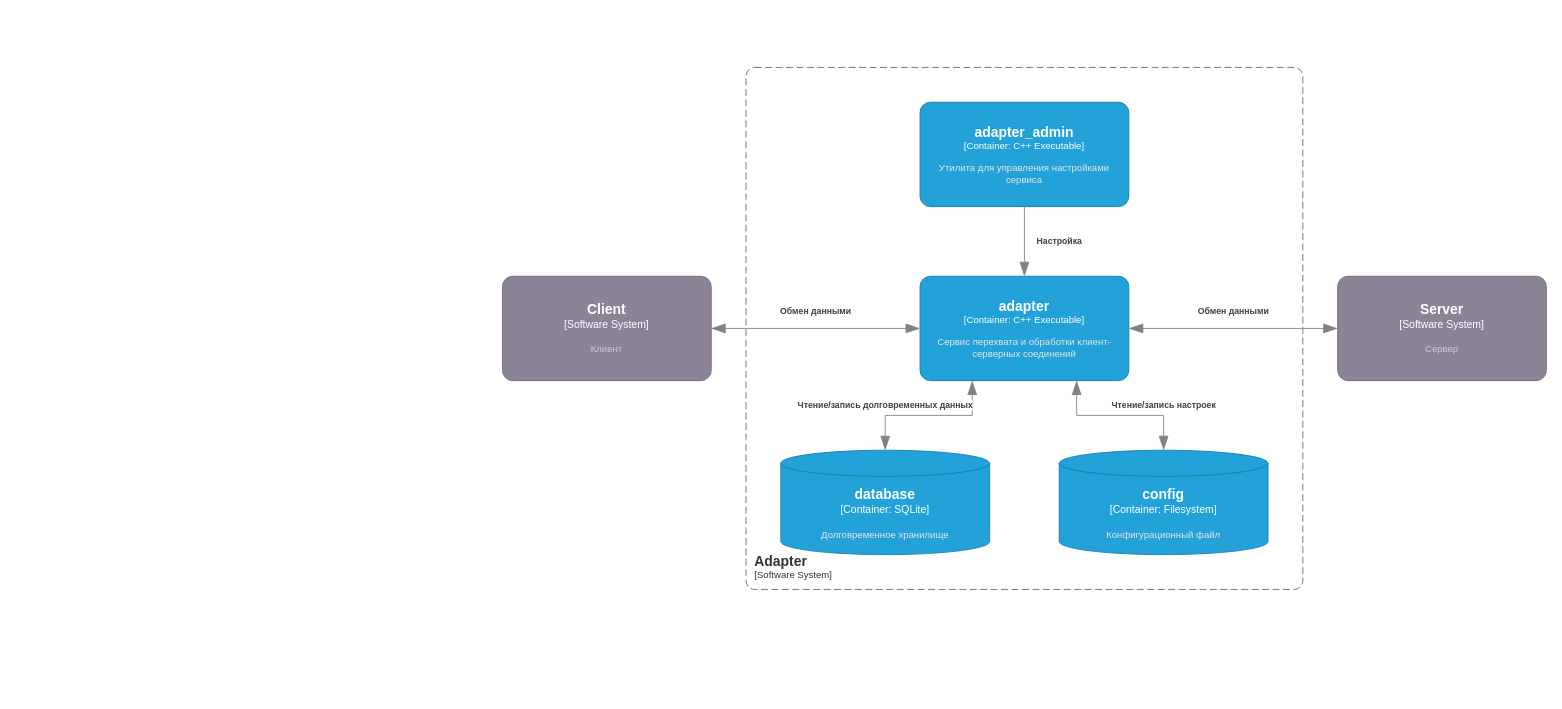
Earlier version of the draw.io diagram page "Container diagram" (2 of 3) of adapter.drawio (OmarovAmir/otus). Source tidied: cells renumbered, new cells numbered last; positions are measured from the earlier drawing's top-left corner, leaving out a move shared by most shapes. Both pictures are drawn from the tidied source at 87%, with x=0, y=0 at pixel (502, 67).
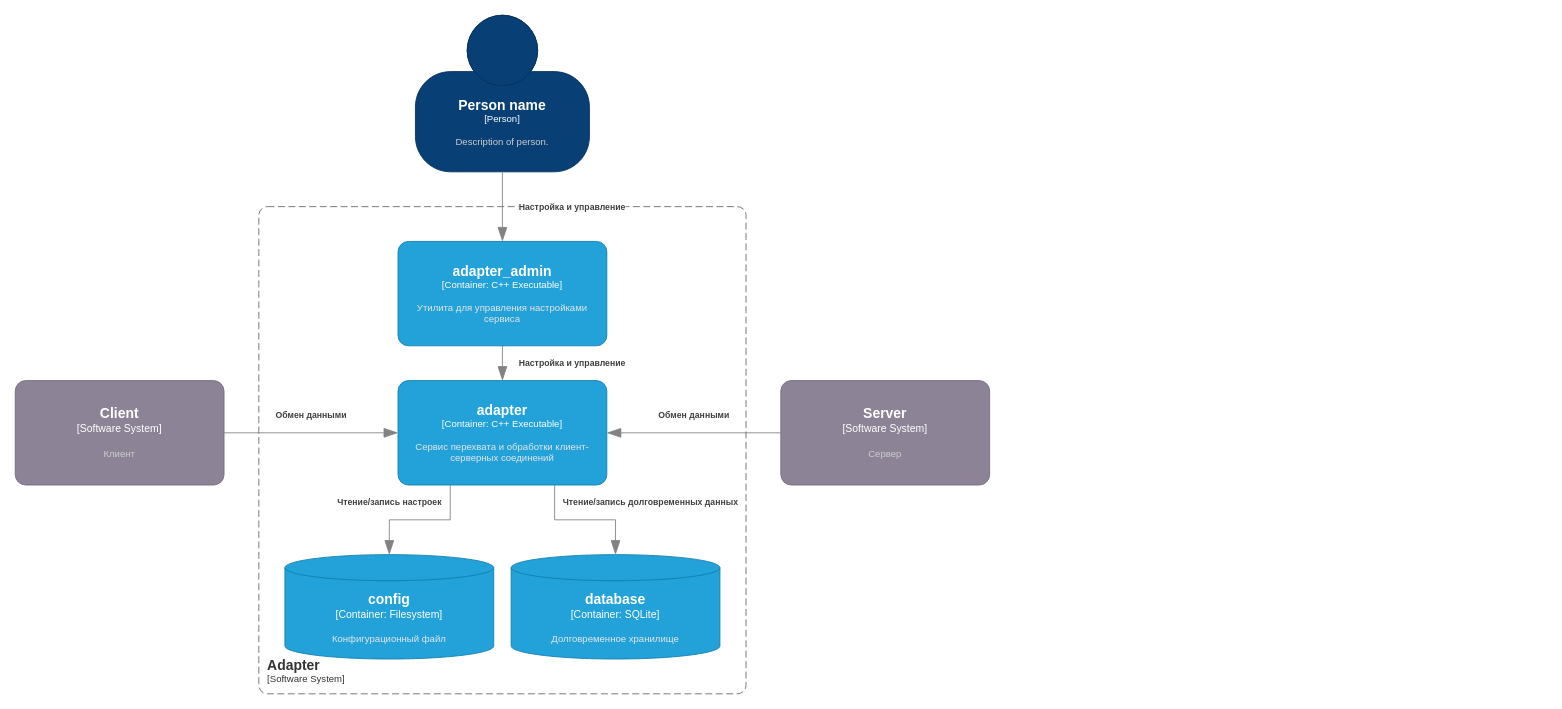
Above is the later version.

Change to the diagram source:
```diff
@@
     <object id="2" label="&lt;font style=&quot;font-size: 16px&quot;&gt;&lt;b&gt;%c4Name%&lt;/b&gt;&lt;/font&gt;&lt;div&gt;[%c4Type%]&lt;/div&gt;&lt;br&gt;&lt;div&gt;&lt;font style=&quot;font-size: 11px&quot;&gt;&lt;font color=&quot;#cccccc&quot;&gt;%c4Description%&lt;/font&gt;&lt;/div&gt;" c4Description="Клиент" c4Name="Client" c4Type="Software System" placeholders="1">
       <mxCell style="rounded=1;whiteSpace=wrap;html=1;labelBackgroundColor=none;fillColor=#8C8496;fontColor=#ffffff;align=center;arcSize=10;strokeColor=#736782;points=[[0.25,0,0],[0.5,0,0],[0.75,0,0],[1,0.25,0],[1,0.5,0],[1,0.75,0],[0.75,1,0],[0.5,1,0],[0.25,1,0],[0,0.75,0],[0,0.5,0],[0,0.25,0]];" parent="1" vertex="1">
-        <mxGeometry y="240" width="240" height="120" as="geometry" />
+        <mxGeometry x="-560" y="360" width="240" height="120" as="geometry" />
       </mxCell>
     </object>
     <object id="3" label="&lt;font style=&quot;font-size: 16px&quot;&gt;&lt;b&gt;%c4Name%&lt;/b&gt;&lt;/font&gt;&lt;div&gt;[%c4Type%]&lt;/div&gt;&lt;br&gt;&lt;div&gt;&lt;font style=&quot;font-size: 11px&quot;&gt;&lt;font color=&quot;#cccccc&quot;&gt;%c4Description%&lt;/font&gt;&lt;/div&gt;" c4Description="Сервер" c4Name="Server" c4Type="Software System" placeholders="1">
       <mxCell style="rounded=1;whiteSpace=wrap;html=1;labelBackgroundColor=none;fillColor=#8C8496;fontColor=#ffffff;align=center;arcSize=10;strokeColor=#736782;points=[[0.25,0,0],[0.5,0,0],[0.75,0,0],[1,0.25,0],[1,0.5,0],[1,0.75,0],[0.75,1,0],[0.5,1,0],[0.25,1,0],[0,0.75,0],[0,0.5,0],[0,0.25,0]];" parent="1" vertex="1">
-        <mxGeometry x="960" y="240" width="240" height="120" as="geometry" />
+        <mxGeometry x="320" y="360" width="240" height="120" as="geometry" />
       </mxCell>
     </object>
     <object id="4" label="&lt;div style=&quot;text-align: left&quot;&gt;&lt;div style=&quot;text-align: center&quot;&gt;&lt;b&gt;%c4Description%&lt;/b&gt;&lt;/div&gt;" c4Description="Обмен данными" placeholders="1">
-      <mxCell style="endArrow=blockThin;html=1;fontSize=10;fontColor=#404040;strokeWidth=1;endFill=1;strokeColor=#828282;elbow=vertical;endSize=14;startSize=14;jumpStyle=arc;jumpSize=16;rounded=0;edgeStyle=orthogonalEdgeStyle;exitX=1;exitY=0.5;exitDx=0;exitDy=0;exitPerimeter=0;entryX=0;entryY=0.5;entryDx=0;entryDy=0;entryPerimeter=0;startArrow=blockThin;startFill=1;" parent="1" edge="1" source="2" target="7">
+      <mxCell style="endArrow=blockThin;html=1;fontSize=10;fontColor=#404040;strokeWidth=1;endFill=1;strokeColor=#828282;elbow=vertical;endSize=14;startSize=14;jumpStyle=arc;jumpSize=16;rounded=0;edgeStyle=orthogonalEdgeStyle;exitX=1;exitY=0.5;exitDx=0;exitDy=0;exitPerimeter=0;entryX=0;entryY=0.5;entryDx=0;entryDy=0;entryPerimeter=0;startArrow=none;startFill=0;" parent="1" edge="1" source="2" target="7">
         <mxGeometry y="20" relative="1" as="geometry" />
       </mxCell>
     </object>
     <object id="5" label="&lt;div style=&quot;text-align: left&quot;&gt;&lt;div style=&quot;text-align: center&quot;&gt;&lt;b&gt;%c4Description%&lt;/b&gt;&lt;/div&gt;" c4Description="Обмен данными" placeholders="1">
-      <mxCell style="endArrow=blockThin;html=1;fontSize=10;fontColor=#404040;strokeWidth=1;endFill=1;strokeColor=#828282;elbow=vertical;endSize=14;startSize=14;jumpStyle=arc;jumpSize=16;rounded=0;edgeStyle=orthogonalEdgeStyle;entryX=0;entryY=0.5;entryDx=0;entryDy=0;entryPerimeter=0;exitX=1;exitY=0.5;exitDx=0;exitDy=0;exitPerimeter=0;startArrow=blockThin;startFill=1;" parent="1" edge="1" source="7" target="3">
+      <mxCell style="endArrow=none;html=1;fontSize=10;fontColor=#404040;strokeWidth=1;endFill=0;strokeColor=#828282;elbow=vertical;endSize=14;startSize=14;jumpStyle=arc;jumpSize=16;rounded=0;edgeStyle=orthogonalEdgeStyle;entryX=0;entryY=0.5;entryDx=0;entryDy=0;entryPerimeter=0;exitX=1;exitY=0.5;exitDx=0;exitDy=0;exitPerimeter=0;startArrow=blockThin;startFill=1;" parent="1" edge="1" source="7" target="3">
         <mxGeometry y="20" relative="1" as="geometry" />
       </mxCell>
     </object>
     <object id="6" label="&lt;font style=&quot;font-size: 16px&quot;&gt;&lt;b&gt;&lt;div style=&quot;text-align: left&quot;&gt;%c4Name%&lt;/div&gt;&lt;/b&gt;&lt;/font&gt;&lt;div style=&quot;text-align: left&quot;&gt;[%c4Application%]&lt;/div&gt;" c4Application="Software System" c4Name="Adapter" placeholders="1">
       <mxCell style="rounded=1;fontSize=11;whiteSpace=wrap;html=1;dashed=1;arcSize=20;fillColor=none;strokeColor=#666666;fontColor=#333333;labelBackgroundColor=none;align=left;verticalAlign=bottom;labelBorderColor=none;spacingTop=0;spacing=10;dashPattern=8 4;perimeter=rectanglePerimeter;noLabel=0;labelPadding=0;absoluteArcSize=1;" parent="1" vertex="1">
-        <mxGeometry x="280" width="640" height="600" as="geometry" />
+        <mxGeometry x="-280" y="160" width="560" height="560" as="geometry" />
       </mxCell>
     </object>
     <object id="7" label="&lt;font style=&quot;font-size: 16px&quot;&gt;&lt;b&gt;%c4Name%&lt;/b&gt;&lt;/font&gt;&lt;div&gt;[%c4Type%: %c4Technology%]&lt;/div&gt;&lt;br&gt;&lt;div&gt;&lt;font style=&quot;font-size: 11px&quot;&gt;&lt;font color=&quot;#E6E6E6&quot;&gt;%c4Description%&lt;/font&gt;&lt;/div&gt;" c4Description="Сервис перехвата и обработки клиент-серверных соединений" c4Name="adapter" c4Technology="C++ Executable" c4Type="Container" placeholders="1">
       <mxCell style="rounded=1;whiteSpace=wrap;html=1;fontSize=11;labelBackgroundColor=none;fillColor=#23A2D9;fontColor=#ffffff;align=center;arcSize=10;strokeColor=#0E7DAD;points=[[0.25,0,0],[0.5,0,0],[0.75,0,0],[1,0.25,0],[1,0.5,0],[1,0.75,0],[0.75,1,0],[0.5,1,0],[0.25,1,0],[0,0.75,0],[0,0.5,0],[0,0.25,0]];" parent="1" vertex="1">
-        <mxGeometry x="480" y="240" width="240" height="120" as="geometry" />
+        <mxGeometry x="-120" y="360" width="240" height="120" as="geometry" />
       </mxCell>
     </object>
     <object id="8" label="&lt;font style=&quot;font-size: 16px&quot;&gt;&lt;b&gt;%c4Type%&lt;/b&gt;&lt;/font&gt;&lt;div&gt;[%c4Container%:&amp;nbsp;%c4Technology%]&lt;/div&gt;&lt;br&gt;&lt;div&gt;&lt;font style=&quot;font-size: 11px&quot;&gt;&lt;font color=&quot;#E6E6E6&quot;&gt;%c4Description%&lt;/font&gt;&lt;/div&gt;" c4Container="Container" c4Description="Долговременное хранилище" c4Technology="SQLite" c4Type="database" placeholders="1">
       <mxCell style="shape=cylinder3;size=15;whiteSpace=wrap;html=1;boundedLbl=1;rounded=0;labelBackgroundColor=none;fillColor=#23A2D9;fontSize=12;fontColor=#ffffff;align=center;strokeColor=#0E7DAD;points=[[0.5,0,0],[1,0.25,0],[1,0.5,0],[1,0.75,0],[0.5,1,0],[0,0.75,0],[0,0.5,0],[0,0.25,0]];" parent="1" vertex="1">
-        <mxGeometry x="320" y="440" width="240" height="120" as="geometry" />
+        <mxGeometry x="10" y="560" width="240" height="120" as="geometry" />
       </mxCell>
     </object>
     <object id="9" label="&lt;font style=&quot;font-size: 16px&quot;&gt;&lt;b&gt;%c4Type%&lt;/b&gt;&lt;/font&gt;&lt;div&gt;[%c4Container%:&amp;nbsp;%c4Technology%]&lt;/div&gt;&lt;br&gt;&lt;div&gt;&lt;font style=&quot;font-size: 11px&quot;&gt;&lt;font color=&quot;#E6E6E6&quot;&gt;%c4Description%&lt;/font&gt;&lt;/div&gt;" c4Container="Container" c4Description="Конфигурационный файл" c4Technology="Filesystem" c4Type="config" placeholders="1">
       <mxCell style="shape=cylinder3;size=15;whiteSpace=wrap;html=1;boundedLbl=1;rounded=0;labelBackgroundColor=none;fillColor=#23A2D9;fontSize=12;fontColor=#ffffff;align=center;strokeColor=#0E7DAD;points=[[0.5,0,0],[1,0.25,0],[1,0.5,0],[1,0.75,0],[0.5,1,0],[0,0.75,0],[0,0.5,0],[0,0.25,0]];" parent="1" vertex="1">
-        <mxGeometry x="640" y="440" width="240" height="120" as="geometry" />
+        <mxGeometry x="-250" y="560" width="240" height="120" as="geometry" />
       </mxCell>
     </object>
     <object id="10" label="&lt;font style=&quot;font-size: 16px&quot;&gt;&lt;b&gt;%c4Name%&lt;/b&gt;&lt;/font&gt;&lt;div&gt;[%c4Type%: %c4Technology%]&lt;/div&gt;&lt;br&gt;&lt;div&gt;&lt;font style=&quot;font-size: 11px&quot;&gt;&lt;font color=&quot;#E6E6E6&quot;&gt;%c4Description%&lt;/font&gt;&lt;/div&gt;" c4Description="Утилита для управления настройками сервиса" c4Name="adapter_admin" c4Technology="C++ Executable" c4Type="Container" placeholders="1">
       <mxCell style="rounded=1;whiteSpace=wrap;html=1;fontSize=11;labelBackgroundColor=none;fillColor=#23A2D9;fontColor=#ffffff;align=center;arcSize=10;strokeColor=#0E7DAD;points=[[0.25,0,0],[0.5,0,0],[0.75,0,0],[1,0.25,0],[1,0.5,0],[1,0.75,0],[0.75,1,0],[0.5,1,0],[0.25,1,0],[0,0.75,0],[0,0.5,0],[0,0.25,0]];" parent="1" vertex="1">
-        <mxGeometry x="480" y="40" width="240" height="120" as="geometry" />
+        <mxGeometry x="-120" y="200" width="240" height="120" as="geometry" />
       </mxCell>
     </object>
-    <object id="11" label="&lt;div style=&quot;text-align: left&quot;&gt;&lt;div style=&quot;text-align: center&quot;&gt;&lt;b&gt;%c4Description%&lt;/b&gt;&lt;/div&gt;" c4Description="Настройка" placeholders="1">
+    <object id="11" label="&lt;div style=&quot;text-align: left&quot;&gt;&lt;div style=&quot;text-align: center&quot;&gt;&lt;b&gt;%c4Description%&lt;/b&gt;&lt;/div&gt;" c4Description="Настройка и управление" placeholders="1">
       <mxCell style="endArrow=blockThin;html=1;fontSize=10;fontColor=#404040;strokeWidth=1;endFill=1;strokeColor=#828282;elbow=vertical;endSize=14;startSize=14;jumpStyle=arc;jumpSize=16;rounded=0;edgeStyle=orthogonalEdgeStyle;exitX=0.5;exitY=1;exitDx=0;exitDy=0;exitPerimeter=0;entryX=0.5;entryY=0;entryDx=0;entryDy=0;entryPerimeter=0;" parent="1" edge="1" source="10" target="7">
-        <mxGeometry y="40" relative="1" as="geometry" />
+        <mxGeometry y="80" relative="1" as="geometry" />
       </mxCell>
     </object>
     <object id="12" label="&lt;div style=&quot;text-align: left&quot;&gt;&lt;div style=&quot;text-align: center&quot;&gt;&lt;b&gt;%c4Description%&lt;/b&gt;&lt;/div&gt;" c4Description="Чтение/запись настроек" placeholders="1">
-      <mxCell style="endArrow=blockThin;html=1;fontSize=10;fontColor=#404040;strokeWidth=1;endFill=1;strokeColor=#828282;elbow=vertical;endSize=14;startSize=14;jumpStyle=arc;jumpSize=16;rounded=0;edgeStyle=orthogonalEdgeStyle;exitX=0.75;exitY=1;exitDx=0;exitDy=0;exitPerimeter=0;entryX=0.5;entryY=0;entryDx=0;entryDy=0;entryPerimeter=0;startArrow=blockThin;startFill=1;" parent="1" edge="1" source="7" target="9">
-        <mxGeometry x="0.64" y="20" relative="1" as="geometry">
-          <mxPoint x="-20" y="-20" as="offset" />
+      <mxCell style="endArrow=blockThin;html=1;fontSize=10;fontColor=#404040;strokeWidth=1;endFill=1;strokeColor=#828282;elbow=vertical;endSize=14;startSize=14;jumpStyle=arc;jumpSize=16;rounded=0;edgeStyle=orthogonalEdgeStyle;exitX=0.25;exitY=1;exitDx=0;exitDy=0;exitPerimeter=0;entryX=0.5;entryY=0;entryDx=0;entryDy=0;entryPerimeter=0;startArrow=none;startFill=0;" parent="1" edge="1" source="7" target="9">
+        <mxGeometry x="0.47" y="-20" relative="1" as="geometry">
+          <mxPoint x="20" y="-20" as="offset" />
         </mxGeometry>
       </mxCell>
     </object>
     <object id="13" label="&lt;div style=&quot;text-align: left&quot;&gt;&lt;div style=&quot;text-align: center&quot;&gt;&lt;b&gt;%c4Description%&lt;/b&gt;&lt;/div&gt;" c4Description="Чтение/запись долговременных данных" placeholders="1">
-      <mxCell style="endArrow=blockThin;html=1;fontSize=10;fontColor=#404040;strokeWidth=1;endFill=1;strokeColor=#828282;elbow=vertical;endSize=14;startSize=14;jumpStyle=arc;jumpSize=16;rounded=0;edgeStyle=orthogonalEdgeStyle;exitX=0.25;exitY=1;exitDx=0;exitDy=0;exitPerimeter=0;entryX=0.5;entryY=0;entryDx=0;entryDy=0;entryPerimeter=0;startArrow=blockThin;startFill=1;" parent="1" edge="1" source="7" target="8">
-        <mxGeometry x="0.64" y="-20" relative="1" as="geometry">
-          <mxPoint x="20" y="-20" as="offset" />
+      <mxCell style="endArrow=blockThin;html=1;fontSize=10;fontColor=#404040;strokeWidth=1;endFill=1;strokeColor=#828282;elbow=vertical;endSize=14;startSize=14;jumpStyle=arc;jumpSize=16;rounded=0;edgeStyle=orthogonalEdgeStyle;entryX=0.5;entryY=0;entryDx=0;entryDy=0;entryPerimeter=0;startArrow=none;startFill=0;exitX=0.75;exitY=1;exitDx=0;exitDy=0;exitPerimeter=0;" parent="1" edge="1" source="7" target="8">
+        <mxGeometry x="0.47" y="45" relative="1" as="geometry">
+          <mxPoint x="-5" y="-20" as="offset" />
         </mxGeometry>
       </mxCell>
     </object>
+    <object id="14" label="&lt;font style=&quot;font-size: 16px&quot;&gt;&lt;b&gt;%c4Name%&lt;/b&gt;&lt;/font&gt;&lt;div&gt;[%c4Type%]&lt;/div&gt;&lt;br&gt;&lt;div&gt;&lt;font style=&quot;font-size: 11px&quot;&gt;&lt;font color=&quot;#cccccc&quot;&gt;%c4Description%&lt;/font&gt;&lt;/div&gt;" c4Description="Description of person." c4Name="Person name" c4Type="Person" placeholders="1">
+      <mxCell style="html=1;fontSize=11;dashed=0;whiteSpace=wrap;fillColor=#083F75;strokeColor=#06315C;fontColor=#ffffff;shape=mxgraph.c4.person2;align=center;points=[[0.5,0,0],[1,0.5,0],[1,0.75,0],[0.75,1,0],[0.5,1,0],[0.25,1,0],[0,0.75,0],[0,0.5,0]];" parent="1" vertex="1">
+        <mxGeometry x="-100" y="-60" width="200" height="180" as="geometry" />
+      </mxCell>
+    </object>
+    <object id="15" label="&lt;div style=&quot;text-align: left&quot;&gt;&lt;div style=&quot;text-align: center&quot;&gt;&lt;b&gt;%c4Description%&lt;/b&gt;&lt;/div&gt;" c4Description="Настройка и управление" placeholders="1">
+      <mxCell style="endArrow=blockThin;html=1;fontSize=10;fontColor=#404040;strokeWidth=1;endFill=1;strokeColor=#828282;elbow=vertical;endSize=14;startSize=14;jumpStyle=arc;jumpSize=16;rounded=0;edgeStyle=orthogonalEdgeStyle;exitX=0.5;exitY=1;exitDx=0;exitDy=0;exitPerimeter=0;entryX=0.5;entryY=0;entryDx=0;entryDy=0;entryPerimeter=0;" parent="1" edge="1" source="14" target="10">
+        <mxGeometry y="80" relative="1" as="geometry" />
+      </mxCell>
+    </object>
```
